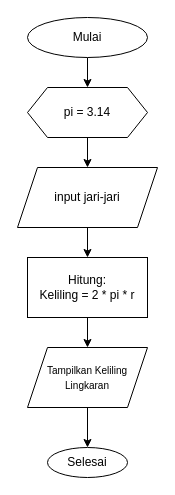
Earlier version of the draw.io diagram keliling-lingkaran.drawio (wahyupambudi/binar-academy-backend). Source tidied: cells renumbered, new cells numbered last; positions are measured from the earlier drawing's top-left corner, leaving out a move shared by most shapes. Both pictures are drawn from the tidied source at 100%, with x=0, y=0 at pixel (17, 17).
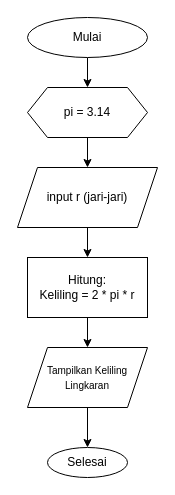
The same page after the edit.

What changed in the source:
```diff
@@
 <mxGraphModel>
   <root>
     <mxCell id="0" />
     <mxCell id="1" parent="0" />
     <mxCell id="2" style="edgeStyle=orthogonalEdgeStyle;rounded=0;jettySize=auto;html=1;exitX=0.5;exitY=1;exitDx=0;exitDy=0;entryX=0.5;entryY=0;entryDx=0;entryDy=0;" parent="1" edge="1" source="3" target="5">
       <mxGeometry relative="1" as="geometry" />
     </mxCell>
     <mxCell id="3" value="Mulai" style="ellipse;whiteSpace=wrap;html=1;" parent="1" vertex="1">
       <mxGeometry x="10" width="120" height="40" as="geometry" />
     </mxCell>
     <mxCell id="4" style="edgeStyle=orthogonalEdgeStyle;rounded=0;jettySize=auto;html=1;exitX=0.5;exitY=1;exitDx=0;exitDy=0;entryX=0.5;entryY=0;entryDx=0;entryDy=0;" parent="1" edge="1" source="5" target="7">
       <mxGeometry relative="1" as="geometry" />
     </mxCell>
     <mxCell id="5" value="pi = 3.14" style="shape=hexagon;perimeter=hexagonPerimeter2;whiteSpace=wrap;html=1;fixedSize=1;" parent="1" vertex="1">
       <mxGeometry x="10" y="70" width="120" height="50" as="geometry" />
     </mxCell>
     <mxCell id="6" style="edgeStyle=orthogonalEdgeStyle;rounded=0;jettySize=auto;html=1;" parent="1" edge="1" source="7" target="9">
       <mxGeometry relative="1" as="geometry" />
     </mxCell>
-    <mxCell id="7" value="input jari-jari" style="shape=parallelogram;perimeter=parallelogramPerimeter;whiteSpace=wrap;html=1;fixedSize=1;" parent="1" vertex="1">
+    <mxCell id="7" value="input r (jari-jari)" style="shape=parallelogram;perimeter=parallelogramPerimeter;whiteSpace=wrap;html=1;fixedSize=1;" parent="1" vertex="1">
       <mxGeometry y="150" width="140" height="60" as="geometry" />
     </mxCell>
     <mxCell id="8" style="edgeStyle=orthogonalEdgeStyle;rounded=0;jettySize=auto;html=1;entryX=0.5;entryY=0;entryDx=0;entryDy=0;" parent="1" edge="1" source="9" target="11">
       <mxGeometry relative="1" as="geometry" />
     </mxCell>
     <mxCell id="9" value="&lt;div&gt;Hitung:&lt;/div&gt;&lt;div&gt;Keliling = 2 * pi * r&lt;br&gt;&lt;/div&gt;" style="whiteSpace=wrap;html=1;" parent="1" vertex="1">
       <mxGeometry x="10" y="240" width="120" height="60" as="geometry" />
     </mxCell>
     <mxCell id="10" style="edgeStyle=orthogonalEdgeStyle;rounded=0;jettySize=auto;html=1;" parent="1" edge="1" source="11" target="12">
       <mxGeometry relative="1" as="geometry" />
     </mxCell>
     <mxCell id="11" value="&lt;font style=&quot;font-size: 10px;&quot;&gt;Tampilkan Keliling Lingkaran&lt;br&gt;&lt;/font&gt;" style="shape=parallelogram;perimeter=parallelogramPerimeter;whiteSpace=wrap;html=1;fixedSize=1;" parent="1" vertex="1">
       <mxGeometry x="10" y="330" width="120" height="60" as="geometry" />
     </mxCell>
     <mxCell id="12" value="Selesai" style="ellipse;whiteSpace=wrap;html=1;" parent="1" vertex="1">
       <mxGeometry x="30" y="430" width="80" height="30" as="geometry" />
     </mxCell>
   </root>
 </mxGraphModel>
```
